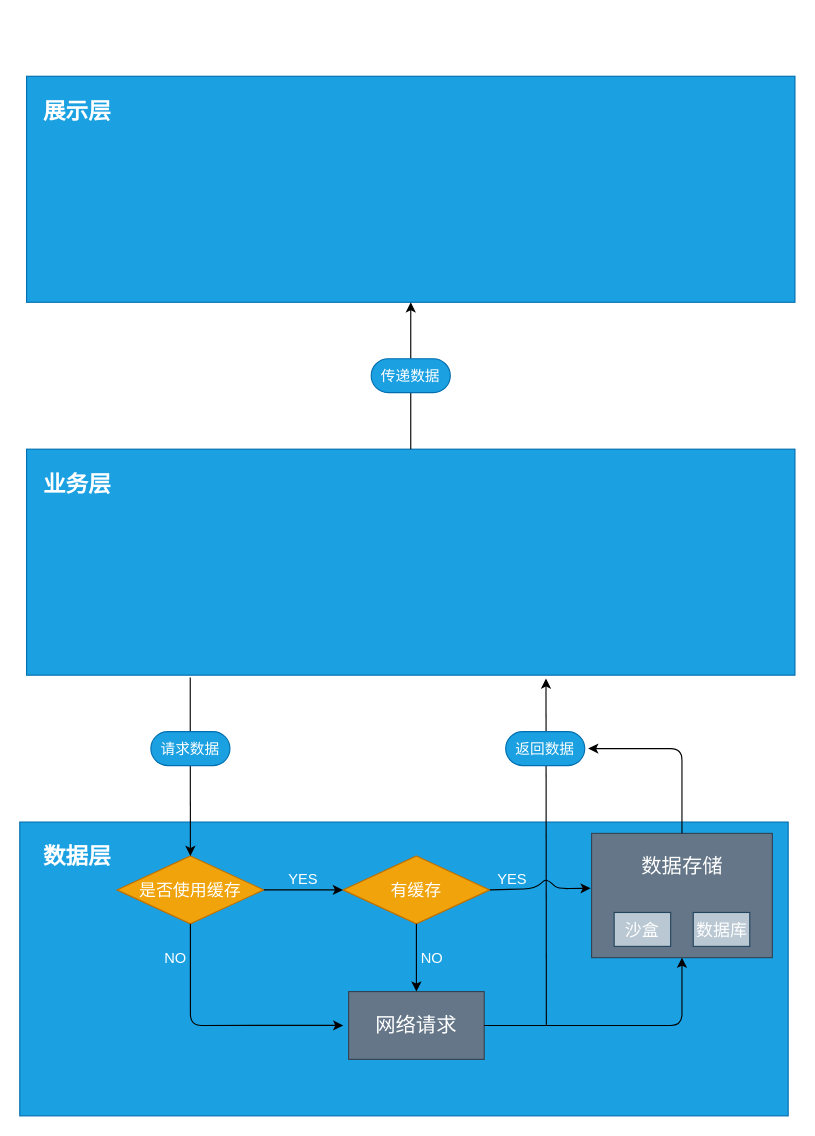
The draw.io diagram 应用架构.drawio in Gamin-fzym/tempResource, before the edit. Source tidied: cells renumbered, new cells numbered last; positions are measured from the earlier drawing's top-left corner, leaving out a move shared by most shapes. Both pictures are drawn from the tidied source at 113%, with x=0, y=0 at pixel (19, 76).
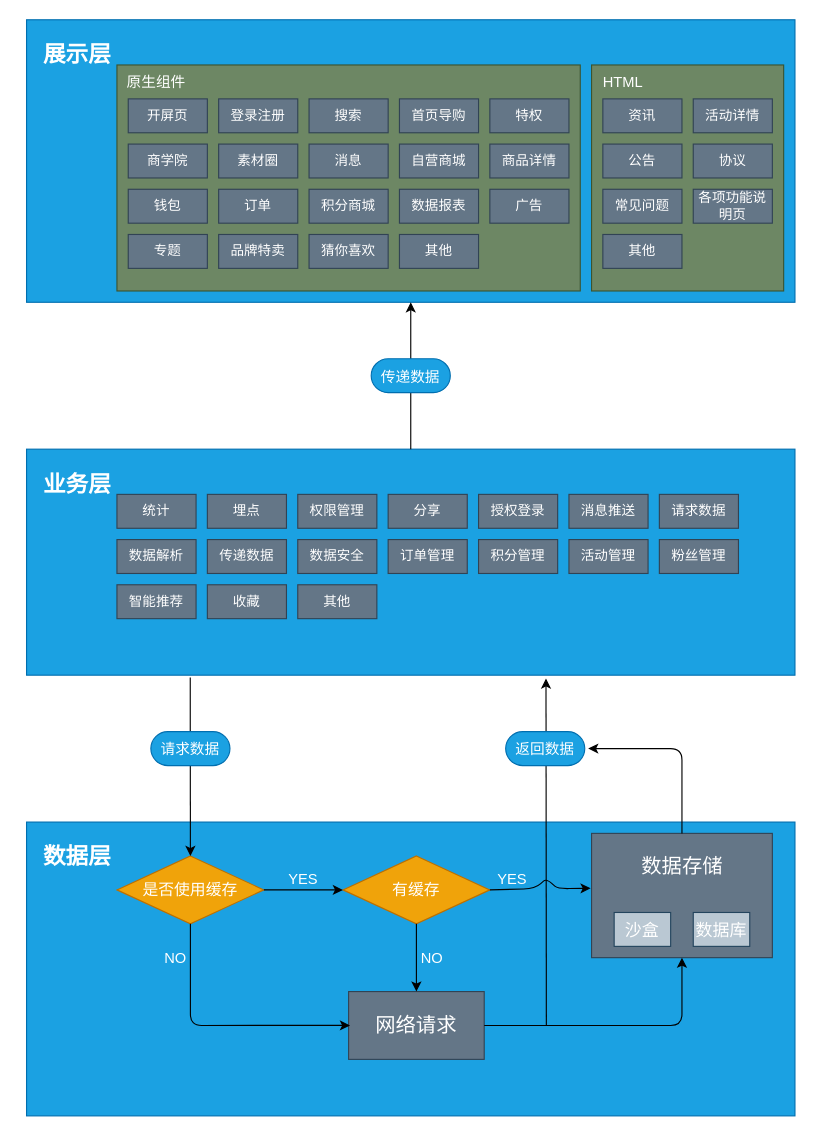
The same diagram, later.

The edit, as a diff of the source:
```diff
@@
     <mxCell id="2" style="rounded=0;whiteSpace=wrap;html=1;fillColor=#1ba1e2;strokeColor=#006EAF;fontColor=#ffffff;" parent="1" vertex="1">
-      <mxGeometry x="6" width="680" height="200" as="geometry" />
+      <mxGeometry x="6" y="-50" width="680" height="250" as="geometry" />
     </mxCell>
     <mxCell id="3" value="展示层" style="text;html=1;strokeColor=none;fillColor=none;align=center;verticalAlign=middle;whiteSpace=wrap;rounded=0;fontSize=20;fontColor=#FFFFFF;fontStyle=1;" parent="1" vertex="1">
-      <mxGeometry x="16" y="20" width="70" height="20" as="geometry" />
+      <mxGeometry x="16" y="-30" width="70" height="20" as="geometry" />
     </mxCell>
@@
     <mxCell id="7" style="rounded=0;whiteSpace=wrap;html=1;fillColor=#1ba1e2;strokeColor=#006EAF;fontColor=#ffffff;" parent="1" vertex="1">
-      <mxGeometry y="660" width="680" height="260" as="geometry" />
+      <mxGeometry x="6" y="660" width="680" height="260" as="geometry" />
     </mxCell>
@@
-    <mxCell id="9" style="rhombus;whiteSpace=wrap;html=1;fontSize=20;fillColor=#f0a30a;strokeColor=#BD7000;fontColor=#ffffff;" parent="1" vertex="1">
+    <mxCell id="9" value="是否使用缓存" style="rhombus;whiteSpace=wrap;html=1;fontSize=14;fillColor=#f0a30a;strokeColor=#BD7000;fontColor=#ffffff;" parent="1" vertex="1">
       <mxGeometry x="86" y="690" width="130" height="60" as="geometry" />
     </mxCell>
-    <mxCell id="10" value="是否使用缓存" style="text;html=1;strokeColor=none;fillColor=none;align=center;verticalAlign=middle;whiteSpace=wrap;rounded=0;fontSize=15;fontColor=#FFFFFF;" parent="1" vertex="1">
-      <mxGeometry x="96" y="710" width="110" height="20" as="geometry" />
-    </mxCell>
-    <mxCell id="11" style="rhombus;whiteSpace=wrap;html=1;fontSize=20;fillColor=#f0a30a;strokeColor=#BD7000;fontColor=#ffffff;" parent="1" vertex="1">
+    <mxCell id="11" value="&lt;div style=&quot;font-size: 14px;&quot;&gt;有缓存&lt;/div&gt;" style="rhombus;whiteSpace=wrap;html=1;fontSize=14;fillColor=#f0a30a;strokeColor=#BD7000;fontColor=#ffffff;" parent="1" vertex="1">
       <mxGeometry x="286" y="690" width="130" height="60" as="geometry" />
     </mxCell>
@@
-    <mxCell id="13" value="&lt;div&gt;有缓存&lt;/div&gt;" style="text;html=1;strokeColor=none;fillColor=none;align=center;verticalAlign=middle;whiteSpace=wrap;rounded=0;fontSize=15;fontColor=#FFFFFF;" parent="1" vertex="1">
-      <mxGeometry x="296" y="710" width="110" height="20" as="geometry" />
-    </mxCell>
@@
-    <mxCell id="16" style="rounded=0;whiteSpace=wrap;html=1;fontSize=12;fontColor=#ffffff;fillColor=#647687;strokeColor=#314354;" parent="1" vertex="1">
+    <mxCell id="16" value="网络请求" style="rounded=0;whiteSpace=wrap;html=1;fontSize=18;fontColor=#ffffff;fillColor=#647687;strokeColor=#314354;" parent="1" vertex="1">
       <mxGeometry x="291" y="810" width="120" height="60" as="geometry" />
     </mxCell>
-    <mxCell id="17" value="网络请求" style="text;html=1;strokeColor=none;fillColor=none;align=center;verticalAlign=middle;whiteSpace=wrap;rounded=0;fontSize=18;fontColor=#FFFFFF;" parent="1" vertex="1">
-      <mxGeometry x="296" y="830" width="110" height="20" as="geometry" />
-    </mxCell>
@@
-    <mxCell id="22" style="rounded=1;whiteSpace=wrap;html=1;fontSize=18;fontColor=#ffffff;arcSize=50;fillColor=#1ba1e2;strokeColor=#006EAF;" parent="1" vertex="1">
+    <mxCell id="22" value="&lt;font style=&quot;font-size: 13px&quot;&gt;传递数据&lt;/font&gt;" style="rounded=1;whiteSpace=wrap;html=1;fontSize=18;fontColor=#ffffff;arcSize=50;fillColor=#1ba1e2;strokeColor=#006EAF;" parent="1" vertex="1">
       <mxGeometry x="311" y="250" width="70" height="30" as="geometry" />
     </mxCell>
-    <mxCell id="23" value="传递数据" style="text;html=1;strokeColor=none;fillColor=none;align=center;verticalAlign=middle;whiteSpace=wrap;rounded=0;fontSize=13;fontColor=#FFFFFF;" parent="1" vertex="1">
-      <mxGeometry x="308" y="255" width="76" height="20" as="geometry" />
-    </mxCell>
-    <mxCell id="24" style="rounded=1;whiteSpace=wrap;html=1;fontSize=18;fontColor=#ffffff;arcSize=50;fillColor=#1ba1e2;strokeColor=#006EAF;" parent="1" vertex="1">
+    <mxCell id="24" value="请求数据" style="rounded=1;whiteSpace=wrap;html=1;fontSize=13;fontColor=#ffffff;arcSize=50;fillColor=#1ba1e2;strokeColor=#006EAF;" parent="1" vertex="1">
       <mxGeometry x="116" y="580" width="70" height="30" as="geometry" />
     </mxCell>
-    <mxCell id="25" style="rounded=1;whiteSpace=wrap;html=1;fontSize=18;fontColor=#ffffff;arcSize=50;fillColor=#1ba1e2;strokeColor=#006EAF;" parent="1" vertex="1">
+    <mxCell id="25" value="&lt;div style=&quot;font-size: 13px&quot;&gt;返回数据&lt;/div&gt;" style="rounded=1;whiteSpace=wrap;html=1;fontSize=18;fontColor=#ffffff;arcSize=50;fillColor=#1ba1e2;strokeColor=#006EAF;" parent="1" vertex="1">
       <mxGeometry x="430" y="580" width="70" height="30" as="geometry" />
     </mxCell>
-    <mxCell id="26" value="请求数据" style="text;html=1;strokeColor=none;fillColor=none;align=center;verticalAlign=middle;whiteSpace=wrap;rounded=0;fontSize=13;fontColor=#FFFFFF;" parent="1" vertex="1">
-      <mxGeometry x="113" y="585" width="76" height="20" as="geometry" />
-    </mxCell>
-    <mxCell id="27" value="&lt;div&gt;返回数据&lt;/div&gt;" style="text;html=1;strokeColor=none;fillColor=none;align=center;verticalAlign=middle;whiteSpace=wrap;rounded=0;fontSize=13;fontColor=#FFFFFF;" parent="1" vertex="1">
-      <mxGeometry x="427" y="585" width="76" height="20" as="geometry" />
-    </mxCell>
@@
-    <mxCell id="35" style="rounded=0;whiteSpace=wrap;html=1;labelBackgroundColor=#999999;fontSize=15;fillColor=#bac8d3;strokeColor=#23445d;" parent="1" vertex="1">
+    <mxCell id="35" value="&lt;div&gt;沙盒&lt;/div&gt;" style="rounded=0;whiteSpace=wrap;html=1;labelBackgroundColor=none;fontSize=15;fillColor=#bac8d3;strokeColor=#23445d;fontColor=#FFFFFF;" parent="1" vertex="1">
       <mxGeometry x="526" y="740" width="50" height="30" as="geometry" />
     </mxCell>
-    <mxCell id="36" style="rounded=0;whiteSpace=wrap;html=1;labelBackgroundColor=#999999;fontSize=15;fillColor=#bac8d3;strokeColor=#23445d;" parent="1" vertex="1">
+    <mxCell id="36" value="数据库" style="rounded=0;whiteSpace=wrap;html=1;labelBackgroundColor=none;fontSize=15;fillColor=#bac8d3;strokeColor=#23445d;fontColor=#FFFFFF;" parent="1" vertex="1">
       <mxGeometry x="596" y="740" width="50" height="30" as="geometry" />
     </mxCell>
-    <mxCell id="37" value="&lt;div&gt;沙盒&lt;/div&gt;" style="text;html=1;strokeColor=none;fillColor=none;align=center;verticalAlign=middle;whiteSpace=wrap;rounded=0;labelBackgroundColor=none;fontSize=15;fontColor=#FFFFFF;" parent="1" vertex="1">
-      <mxGeometry x="531" y="745" width="40" height="20" as="geometry" />
-    </mxCell>
-    <mxCell id="38" value="数据库" style="text;html=1;strokeColor=none;fillColor=none;align=center;verticalAlign=middle;whiteSpace=wrap;rounded=0;labelBackgroundColor=none;fontSize=15;fontColor=#FFFFFF;" parent="1" vertex="1">
-      <mxGeometry x="593.5" y="745" width="55" height="20" as="geometry" />
-    </mxCell>
+    <mxCell id="39" value="统计" style="rounded=0;whiteSpace=wrap;html=1;fillColor=#647687;strokeColor=#314354;fontColor=#ffffff;" parent="1" vertex="1">
+      <mxGeometry x="86" y="370" width="70" height="30" as="geometry" />
+    </mxCell>
+    <mxCell id="40" value="埋点" style="rounded=0;whiteSpace=wrap;html=1;fillColor=#647687;strokeColor=#314354;fontColor=#ffffff;" parent="1" vertex="1">
+      <mxGeometry x="166" y="370" width="70" height="30" as="geometry" />
+    </mxCell>
+    <mxCell id="41" value="权限管理" style="rounded=0;whiteSpace=wrap;html=1;fillColor=#647687;strokeColor=#314354;fontColor=#ffffff;" parent="1" vertex="1">
+      <mxGeometry x="246" y="370" width="70" height="30" as="geometry" />
+    </mxCell>
+    <mxCell id="42" value="数据解析" style="rounded=0;whiteSpace=wrap;html=1;fillColor=#647687;strokeColor=#314354;fontColor=#ffffff;" parent="1" vertex="1">
+      <mxGeometry x="86" y="410" width="70" height="30" as="geometry" />
+    </mxCell>
+    <mxCell id="23" value="传递数据" style="rounded=0;whiteSpace=wrap;html=1;fillColor=#647687;strokeColor=#314354;fontColor=#ffffff;" parent="1" vertex="1">
+      <mxGeometry x="166" y="410" width="70" height="30" as="geometry" />
+    </mxCell>
+    <mxCell id="43" value="数据安全" style="rounded=0;whiteSpace=wrap;html=1;fillColor=#647687;strokeColor=#314354;fontColor=#ffffff;" parent="1" vertex="1">
+      <mxGeometry x="246" y="410" width="70" height="30" as="geometry" />
+    </mxCell>
+    <mxCell id="44" value="智能推荐" style="rounded=0;whiteSpace=wrap;html=1;fillColor=#647687;strokeColor=#314354;fontColor=#ffffff;" parent="1" vertex="1">
+      <mxGeometry x="86" y="450" width="70" height="30" as="geometry" />
+    </mxCell>
+    <mxCell id="45" value="分享" style="rounded=0;whiteSpace=wrap;html=1;fillColor=#647687;strokeColor=#314354;fontColor=#ffffff;" parent="1" vertex="1">
+      <mxGeometry x="326" y="370" width="70" height="30" as="geometry" />
+    </mxCell>
+    <mxCell id="46" value="授权登录" style="rounded=0;whiteSpace=wrap;html=1;fillColor=#647687;strokeColor=#314354;fontColor=#ffffff;" parent="1" vertex="1">
+      <mxGeometry x="406" y="370" width="70" height="30" as="geometry" />
+    </mxCell>
+    <mxCell id="47" value="订单管理" style="rounded=0;whiteSpace=wrap;html=1;fillColor=#647687;strokeColor=#314354;fontColor=#ffffff;" parent="1" vertex="1">
+      <mxGeometry x="326" y="410" width="70" height="30" as="geometry" />
+    </mxCell>
+    <mxCell id="48" value="积分管理" style="rounded=0;whiteSpace=wrap;html=1;fillColor=#647687;strokeColor=#314354;fontColor=#ffffff;" parent="1" vertex="1">
+      <mxGeometry x="406" y="410" width="70" height="30" as="geometry" />
+    </mxCell>
+    <mxCell id="49" value="消息推送" style="rounded=0;whiteSpace=wrap;html=1;fillColor=#647687;strokeColor=#314354;fontColor=#ffffff;" parent="1" vertex="1">
+      <mxGeometry x="486" y="370" width="70" height="30" as="geometry" />
+    </mxCell>
+    <mxCell id="26" value="请求数据" style="rounded=0;whiteSpace=wrap;html=1;fillColor=#647687;strokeColor=#314354;fontColor=#ffffff;" parent="1" vertex="1">
+      <mxGeometry x="566" y="370" width="70" height="30" as="geometry" />
+    </mxCell>
+    <mxCell id="50" value="活动管理" style="rounded=0;whiteSpace=wrap;html=1;fillColor=#647687;strokeColor=#314354;fontColor=#ffffff;" parent="1" vertex="1">
+      <mxGeometry x="486" y="410" width="70" height="30" as="geometry" />
+    </mxCell>
+    <mxCell id="51" value="粉丝管理" style="rounded=0;whiteSpace=wrap;html=1;fillColor=#647687;strokeColor=#314354;fontColor=#ffffff;" parent="1" vertex="1">
+      <mxGeometry x="566" y="410" width="70" height="30" as="geometry" />
+    </mxCell>
+    <mxCell id="52" value="收藏" style="rounded=0;whiteSpace=wrap;html=1;fillColor=#647687;strokeColor=#314354;fontColor=#ffffff;" parent="1" vertex="1">
+      <mxGeometry x="166" y="450" width="70" height="30" as="geometry" />
+    </mxCell>
+    <mxCell id="53" value="其他" style="rounded=0;whiteSpace=wrap;html=1;fillColor=#647687;strokeColor=#314354;fontColor=#ffffff;" parent="1" vertex="1">
+      <mxGeometry x="246" y="450" width="70" height="30" as="geometry" />
+    </mxCell>
+    <mxCell id="54" style="rounded=0;whiteSpace=wrap;html=1;fillColor=#6d8764;strokeColor=#3A5431;fontColor=#ffffff;" parent="1" vertex="1">
+      <mxGeometry x="86" y="-10" width="410" height="200" as="geometry" />
+    </mxCell>
+    <mxCell id="55" style="rounded=0;whiteSpace=wrap;html=1;fillColor=#6d8764;strokeColor=#3A5431;fontColor=#ffffff;" parent="1" vertex="1">
+      <mxGeometry x="506" y="-10" width="170" height="200" as="geometry" />
+    </mxCell>
+    <mxCell id="56" value="原生组件" style="text;html=1;strokeColor=none;fillColor=none;align=center;verticalAlign=middle;whiteSpace=wrap;rounded=0;fontSize=13;fontColor=#FFFFFF;" parent="1" vertex="1">
+      <mxGeometry x="86" y="-10" width="70" height="30" as="geometry" />
+    </mxCell>
+    <mxCell id="57" value="HTML" style="text;html=1;strokeColor=none;fillColor=none;align=center;verticalAlign=middle;whiteSpace=wrap;rounded=0;fontSize=13;fontColor=#FFFFFF;" parent="1" vertex="1">
+      <mxGeometry x="500" y="-10" width="68" height="30" as="geometry" />
+    </mxCell>
+    <mxCell id="58" value="开屏页" style="rounded=0;whiteSpace=wrap;html=1;fillColor=#647687;strokeColor=#314354;fontColor=#ffffff;" parent="1" vertex="1">
+      <mxGeometry x="96" y="20" width="70" height="30" as="geometry" />
+    </mxCell>
+    <mxCell id="59" value="登录注册" style="rounded=0;whiteSpace=wrap;html=1;fillColor=#647687;strokeColor=#314354;fontColor=#ffffff;" parent="1" vertex="1">
+      <mxGeometry x="176" y="20" width="70" height="30" as="geometry" />
+    </mxCell>
+    <mxCell id="60" value="搜索" style="rounded=0;whiteSpace=wrap;html=1;fillColor=#647687;strokeColor=#314354;fontColor=#ffffff;" parent="1" vertex="1">
+      <mxGeometry x="256" y="20" width="70" height="30" as="geometry" />
+    </mxCell>
+    <mxCell id="61" value="首页导购" style="rounded=0;whiteSpace=wrap;html=1;fillColor=#647687;strokeColor=#314354;fontColor=#ffffff;" parent="1" vertex="1">
+      <mxGeometry x="336" y="20" width="70" height="30" as="geometry" />
+    </mxCell>
+    <mxCell id="62" value="特权" style="rounded=0;whiteSpace=wrap;html=1;fillColor=#647687;strokeColor=#314354;fontColor=#ffffff;" parent="1" vertex="1">
+      <mxGeometry x="416" y="20" width="70" height="30" as="geometry" />
+    </mxCell>
+    <mxCell id="63" value="商学院" style="rounded=0;whiteSpace=wrap;html=1;fillColor=#647687;strokeColor=#314354;fontColor=#ffffff;" parent="1" vertex="1">
+      <mxGeometry x="96" y="60" width="70" height="30" as="geometry" />
+    </mxCell>
+    <mxCell id="64" value="素材圈" style="rounded=0;whiteSpace=wrap;html=1;fillColor=#647687;strokeColor=#314354;fontColor=#ffffff;" parent="1" vertex="1">
+      <mxGeometry x="176" y="60" width="70" height="30" as="geometry" />
+    </mxCell>
+    <mxCell id="65" value="消息" style="rounded=0;whiteSpace=wrap;html=1;fillColor=#647687;strokeColor=#314354;fontColor=#ffffff;" parent="1" vertex="1">
+      <mxGeometry x="256" y="60" width="70" height="30" as="geometry" />
+    </mxCell>
+    <mxCell id="66" value="自营商城" style="rounded=0;whiteSpace=wrap;html=1;fillColor=#647687;strokeColor=#314354;fontColor=#ffffff;" parent="1" vertex="1">
+      <mxGeometry x="336" y="60" width="70" height="30" as="geometry" />
+    </mxCell>
+    <mxCell id="67" value="商品详情" style="rounded=0;whiteSpace=wrap;html=1;fillColor=#647687;strokeColor=#314354;fontColor=#ffffff;" parent="1" vertex="1">
+      <mxGeometry x="416" y="60" width="70" height="30" as="geometry" />
+    </mxCell>
+    <mxCell id="68" value="钱包" style="rounded=0;whiteSpace=wrap;html=1;fillColor=#647687;strokeColor=#314354;fontColor=#ffffff;" parent="1" vertex="1">
+      <mxGeometry x="96" y="100" width="70" height="30" as="geometry" />
+    </mxCell>
+    <mxCell id="69" value="资讯" style="rounded=0;whiteSpace=wrap;html=1;fillColor=#647687;strokeColor=#314354;fontColor=#ffffff;" parent="1" vertex="1">
+      <mxGeometry x="516" y="20" width="70" height="30" as="geometry" />
+    </mxCell>
+    <mxCell id="70" value="活动详情" style="rounded=0;whiteSpace=wrap;html=1;fillColor=#647687;strokeColor=#314354;fontColor=#ffffff;" parent="1" vertex="1">
+      <mxGeometry x="596" y="20" width="70" height="30" as="geometry" />
+    </mxCell>
+    <mxCell id="71" value="公告" style="rounded=0;whiteSpace=wrap;html=1;fillColor=#647687;strokeColor=#314354;fontColor=#ffffff;" parent="1" vertex="1">
+      <mxGeometry x="516" y="60" width="70" height="30" as="geometry" />
+    </mxCell>
+    <mxCell id="72" value="协议" style="rounded=0;whiteSpace=wrap;html=1;fillColor=#647687;strokeColor=#314354;fontColor=#ffffff;" parent="1" vertex="1">
+      <mxGeometry x="596" y="60" width="70" height="30" as="geometry" />
+    </mxCell>
+    <mxCell id="73" value="常见问题" style="rounded=0;whiteSpace=wrap;html=1;fillColor=#647687;strokeColor=#314354;fontColor=#ffffff;" parent="1" vertex="1">
+      <mxGeometry x="516" y="100" width="70" height="30" as="geometry" />
+    </mxCell>
+    <mxCell id="74" value="各项功能说明页" style="rounded=0;whiteSpace=wrap;html=1;fillColor=#647687;strokeColor=#314354;fontColor=#ffffff;" parent="1" vertex="1">
+      <mxGeometry x="596" y="100" width="70" height="30" as="geometry" />
+    </mxCell>
+    <mxCell id="75" value="其他" style="rounded=0;whiteSpace=wrap;html=1;fillColor=#647687;strokeColor=#314354;fontColor=#ffffff;" parent="1" vertex="1">
+      <mxGeometry x="516" y="140" width="70" height="30" as="geometry" />
+    </mxCell>
+    <mxCell id="76" value="专题" style="rounded=0;whiteSpace=wrap;html=1;fillColor=#647687;strokeColor=#314354;fontColor=#ffffff;" parent="1" vertex="1">
+      <mxGeometry x="96" y="140" width="70" height="30" as="geometry" />
+    </mxCell>
+    <mxCell id="77" value="订单" style="rounded=0;whiteSpace=wrap;html=1;fillColor=#647687;strokeColor=#314354;fontColor=#ffffff;" parent="1" vertex="1">
+      <mxGeometry x="176" y="100" width="70" height="30" as="geometry" />
+    </mxCell>
+    <mxCell id="78" value="积分商城" style="rounded=0;whiteSpace=wrap;html=1;fillColor=#647687;strokeColor=#314354;fontColor=#ffffff;" parent="1" vertex="1">
+      <mxGeometry x="256" y="100" width="70" height="30" as="geometry" />
+    </mxCell>
+    <mxCell id="79" value="数据报表" style="rounded=0;whiteSpace=wrap;html=1;fillColor=#647687;strokeColor=#314354;fontColor=#ffffff;" parent="1" vertex="1">
+      <mxGeometry x="336" y="100" width="70" height="30" as="geometry" />
+    </mxCell>
+    <mxCell id="80" value="广告" style="rounded=0;whiteSpace=wrap;html=1;fillColor=#647687;strokeColor=#314354;fontColor=#ffffff;" parent="1" vertex="1">
+      <mxGeometry x="416" y="100" width="70" height="30" as="geometry" />
+    </mxCell>
+    <mxCell id="81" value="品牌特卖" style="rounded=0;whiteSpace=wrap;html=1;fillColor=#647687;strokeColor=#314354;fontColor=#ffffff;" parent="1" vertex="1">
+      <mxGeometry x="176" y="140" width="70" height="30" as="geometry" />
+    </mxCell>
+    <mxCell id="82" value="猜你喜欢" style="rounded=0;whiteSpace=wrap;html=1;fillColor=#647687;strokeColor=#314354;fontColor=#ffffff;" parent="1" vertex="1">
+      <mxGeometry x="256" y="140" width="70" height="30" as="geometry" />
+    </mxCell>
+    <mxCell id="83" value="其他" style="rounded=0;whiteSpace=wrap;html=1;fillColor=#647687;strokeColor=#314354;fontColor=#ffffff;" parent="1" vertex="1">
+      <mxGeometry x="336" y="140" width="70" height="30" as="geometry" />
+    </mxCell>
```
